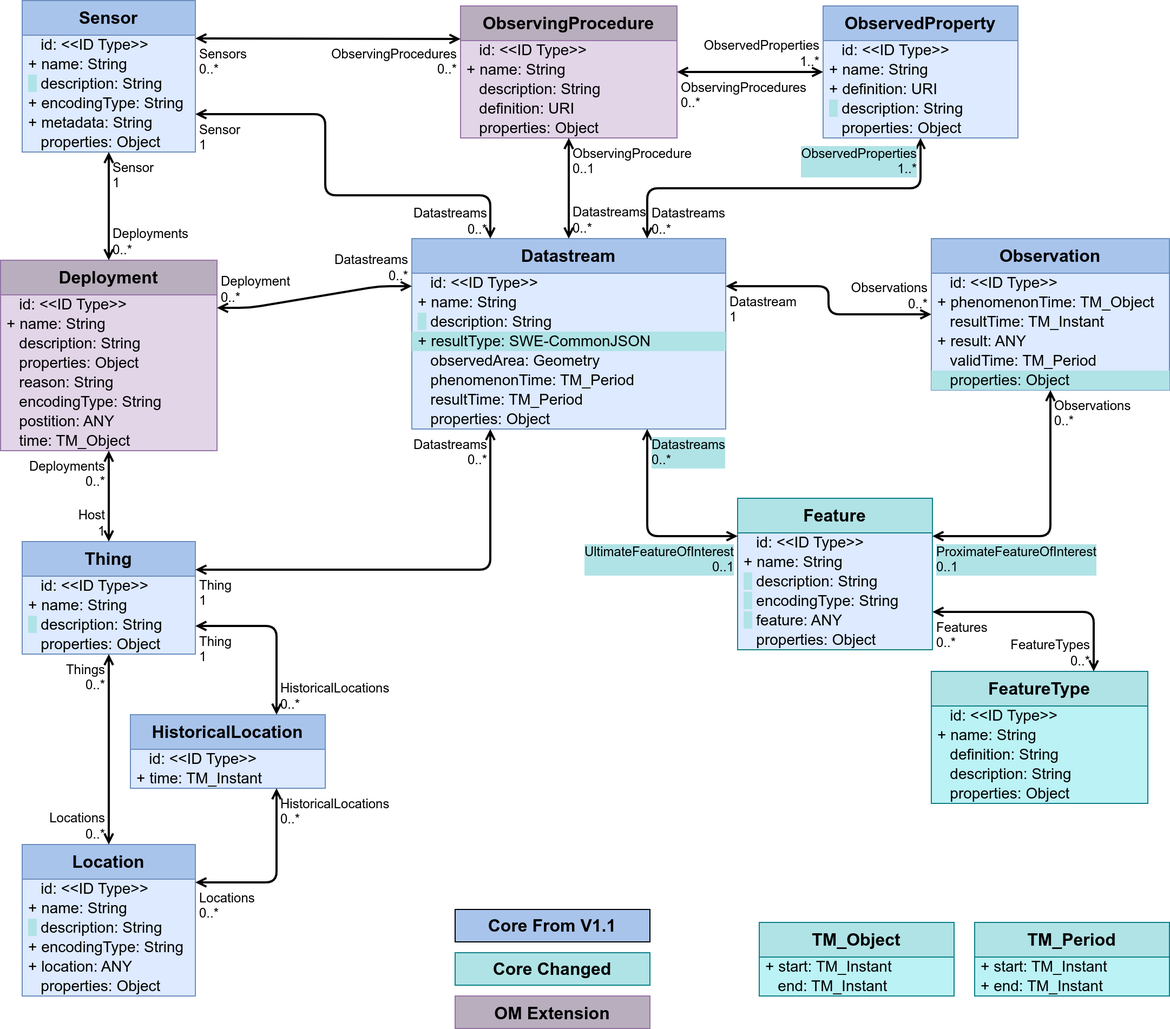
Above: figures/Datamodel-SensorThingsApi-V2-proposal-1-OM.drawio.png in opengeospatial/sensorthings (draw.io), before the change. Source tidied: cells renumbered, new cells last; positions are measured from the earlier drawing's top-left corner, leaving out a move shared by most shapes.
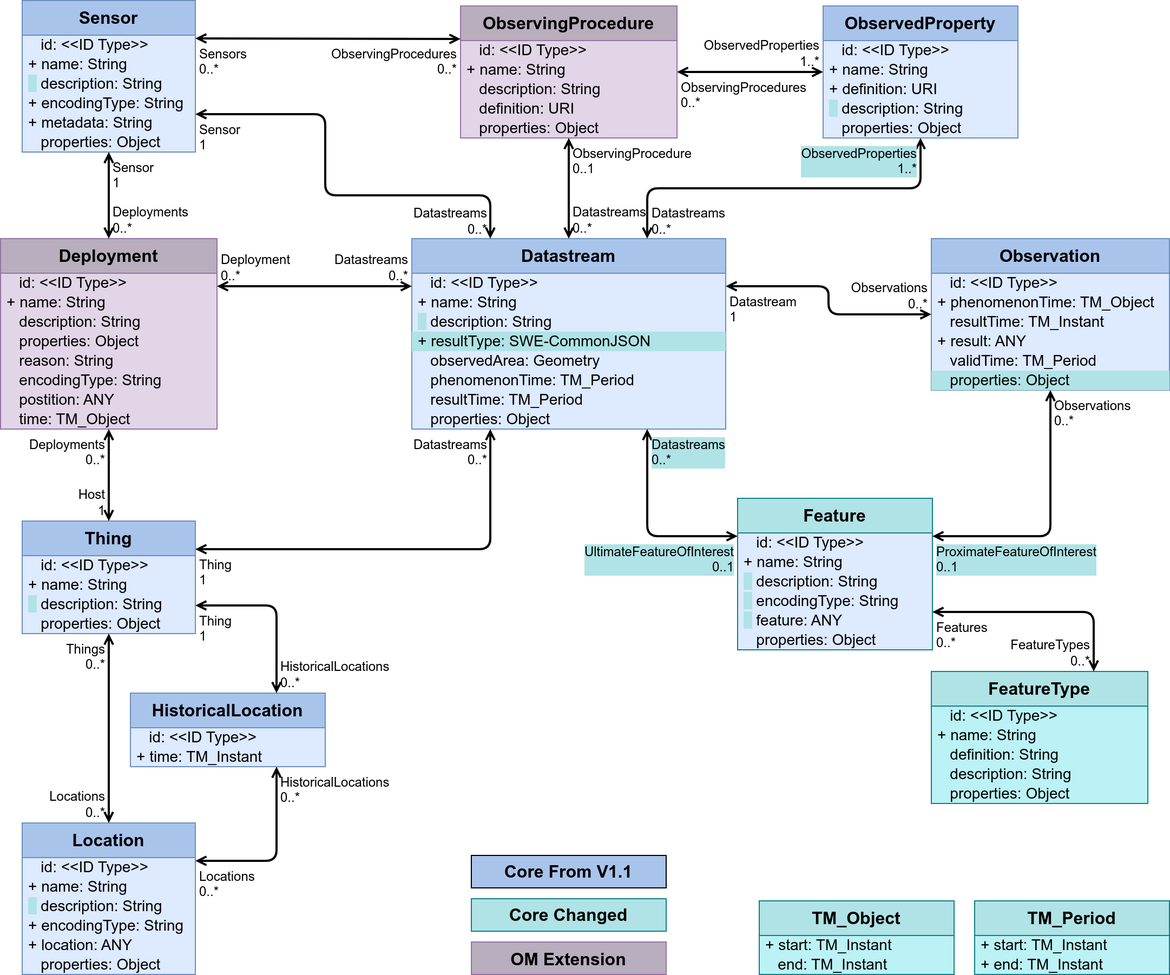
After the commit.

Diff of the diagram source:
```diff
@@ -30,7 +30,7 @@
       <mxGeometry y="158" width="290" height="18" as="geometry" />
     </mxCell>
     <mxCell id="11" value="Deployment" style="swimlane;fontStyle=1;horizontal=1;startSize=32;fontSize=16;whiteSpace=wrap;html=1;fillColor=#B8AEBD;strokeColor=#9673a6;swimlaneFillColor=#E1D5E7;verticalAlign=top;" parent="1" vertex="1">
-      <mxGeometry y="240" width="200" height="176" as="geometry" />
+      <mxGeometry y="220" width="200" height="176" as="geometry" />
     </mxCell>
     <mxCell id="12" value="&amp;nbsp;&amp;nbsp;&amp;nbsp;id: &amp;lt;&amp;lt;ID Type&amp;gt;&amp;gt;" style="text;strokeColor=none;fillColor=none;align=left;verticalAlign=middle;spacingLeft=4;spacingRight=4;overflow=visible;html=1;fontSize=14;" parent="11" vertex="1">
       <mxGeometry y="32" width="200" height="18" as="geometry" />
@@ -114,7 +114,7 @@
       <mxGeometry x="1" relative="1" as="geometry" />
     </mxCell>
     <mxCell id="39" value="HistoricalLocation" style="swimlane;fontStyle=1;horizontal=1;startSize=32;fontSize=16;whiteSpace=wrap;html=1;fillColor=#A9C4EB;strokeColor=#6c8ebf;swimlaneFillColor=#DDEAFF;verticalAlign=top;" parent="1" vertex="1">
-      <mxGeometry x="120" y="660" width="180" height="68" as="geometry" />
+      <mxGeometry x="120" y="640" width="180" height="68" as="geometry" />
     </mxCell>
     <mxCell id="40" value="&amp;nbsp;&amp;nbsp;&amp;nbsp;id: &amp;lt;&amp;lt;ID Type&amp;gt;&amp;gt;" style="text;strokeColor=none;fillColor=none;align=left;verticalAlign=middle;spacingLeft=4;spacingRight=4;overflow=visible;html=1;fontSize=14;" parent="39" vertex="1">
       <mxGeometry y="32" width="180" height="18" as="geometry" />
@@ -123,7 +123,7 @@
       <mxGeometry y="50" width="180" height="18" as="geometry" />
     </mxCell>
     <mxCell id="42" value="Location" style="swimlane;fontStyle=1;horizontal=1;startSize=32;fontSize=16;whiteSpace=wrap;html=1;fillColor=#A9C4EB;strokeColor=#6c8ebf;swimlaneFillColor=#DDEAFF;verticalAlign=top;" parent="1" vertex="1">
-      <mxGeometry x="20" y="780" width="160" height="140" as="geometry" />
+      <mxGeometry x="20" y="760" width="160" height="140" as="geometry" />
     </mxCell>
     <mxCell id="43" value="&amp;nbsp;&amp;nbsp;&amp;nbsp;id: &amp;lt;&amp;lt;ID Type&amp;gt;&amp;gt;" style="text;strokeColor=none;fillColor=none;align=left;verticalAlign=middle;spacingLeft=4;spacingRight=4;overflow=visible;html=1;fontSize=14;" parent="42" vertex="1">
       <mxGeometry y="32" width="160" height="18" as="geometry" />
@@ -300,7 +300,7 @@
       <mxGeometry x="1" relative="1" as="geometry" />
     </mxCell>
     <mxCell id="99" value="Thing" style="swimlane;fontStyle=1;horizontal=1;startSize=32;fontSize=16;whiteSpace=wrap;html=1;fillColor=#A9C4EB;strokeColor=#6c8ebf;swimlaneFillColor=#DDEAFF;verticalAlign=top;" parent="1" vertex="1">
-      <mxGeometry x="20" y="500" width="160" height="104" as="geometry" />
+      <mxGeometry x="20" y="481" width="160" height="104" as="geometry" />
     </mxCell>
     <mxCell id="100" value="&amp;nbsp;&amp;nbsp;&amp;nbsp;id: &amp;lt;&amp;lt;ID Type&amp;gt;&amp;gt;" style="text;strokeColor=none;fillColor=none;align=left;verticalAlign=middle;spacingLeft=4;spacingRight=4;overflow=visible;html=1;fontSize=14;" parent="99" vertex="1">
       <mxGeometry y="32" width="160" height="18" as="geometry" />
@@ -351,7 +351,7 @@
       <mxGeometry x="1" relative="1" as="geometry" />
     </mxCell>
     <mxCell id="116" value="TM_Period" style="swimlane;fontStyle=1;horizontal=1;startSize=32;fontSize=16;whiteSpace=wrap;html=1;fillColor=#b0e3e6;strokeColor=#0e8088;swimlaneFillColor=#BBF2F5;verticalAlign=top;" parent="1" vertex="1">
-      <mxGeometry x="900" y="852" width="180" height="68" as="geometry" />
+      <mxGeometry x="900" y="832" width="180" height="68" as="geometry" />
     </mxCell>
     <mxCell id="117" value="+ start: TM_Instant" style="text;strokeColor=none;fillColor=none;align=left;verticalAlign=middle;spacingLeft=4;spacingRight=4;overflow=visible;html=1;fontSize=14;" parent="116" vertex="1">
       <mxGeometry y="32" width="180" height="18" as="geometry" />
@@ -360,7 +360,7 @@
       <mxGeometry y="50" width="180" height="18" as="geometry" />
     </mxCell>
     <mxCell id="119" value="TM_Object" style="swimlane;fontStyle=1;horizontal=1;startSize=32;fontSize=16;whiteSpace=wrap;html=1;fillColor=#b0e3e6;strokeColor=#0e8088;swimlaneFillColor=#BBF2F5;verticalAlign=top;" parent="1" vertex="1">
-      <mxGeometry x="701" y="852" width="180" height="68" as="geometry" />
+      <mxGeometry x="701" y="832" width="180" height="68" as="geometry" />
     </mxCell>
     <mxCell id="120" value="+ start: TM_Instant" style="text;strokeColor=none;fillColor=none;align=left;verticalAlign=middle;spacingLeft=4;spacingRight=4;overflow=visible;html=1;fontSize=14;" parent="119" vertex="1">
       <mxGeometry y="32" width="180" height="18" as="geometry" />
@@ -368,7 +368,7 @@
     <mxCell id="121" value="&amp;nbsp;&amp;nbsp;&amp;nbsp;end: TM_Instant" style="text;strokeColor=none;fillColor=none;align=left;verticalAlign=middle;spacingLeft=4;spacingRight=4;overflow=visible;html=1;fontSize=14;" parent="119" vertex="1">
       <mxGeometry y="50" width="180" height="18" as="geometry" />
     </mxCell>
-    <mxCell id="122" style="endArrow=open;startArrow=open;html=1;rounded=1;exitX=1;exitY=0.25;exitDx=0;exitDy=0;entryX=0;entryY=0.25;entryDx=0;entryDy=0;edgeStyle=entityRelationEdgeStyle;strokeWidth=2;curved=0;startFill=0;endFill=0;" parent="1" edge="1" source="11" target="2">
+    <mxCell id="122" style="endArrow=open;startArrow=open;html=1;rounded=1;exitX=1;exitY=0.25;exitDx=0;exitDy=0;entryX=0;entryY=0.25;entryDx=0;entryDy=0;edgeStyle=orthogonalEdgeStyle;strokeWidth=2;startFill=0;endFill=0;" parent="1" edge="1" source="11" target="2">
       <mxGeometry relative="1" as="geometry" />
     </mxCell>
     <mxCell id="123" value="Deployment&lt;br&gt;0..*" style="edgeLabel;html=1;align=left;verticalAlign=bottom;labelBackgroundColor=none;fontSize=12;spacingLeft=1;spacing=3;spacingRight=2;" parent="122" vertex="1">
@@ -378,10 +378,10 @@
       <mxGeometry x="1" relative="1" as="geometry" />
     </mxCell>
     <mxCell id="125" value="Core Changed" style="rounded=0;whiteSpace=wrap;html=1;labelBackgroundColor=none;fillColor=#b0e3e6;strokeColor=#0e8088;fontStyle=1;fontSize=16;" parent="1" vertex="1">
-      <mxGeometry x="420" y="880" width="180" height="30" as="geometry" />
+      <mxGeometry x="435" y="830" width="180" height="30" as="geometry" />
     </mxCell>
     <mxCell id="126" value="Core From V1.1" style="rounded=0;whiteSpace=wrap;html=1;labelBackgroundColor=none;fillColor=#A9C4EB;strokeColor=default;fontStyle=1;fontSize=16;" parent="1" vertex="1">
-      <mxGeometry x="420" y="840" width="180" height="30" as="geometry" />
+      <mxGeometry x="435" y="790" width="180" height="30" as="geometry" />
     </mxCell>
     <mxCell id="127" style="endArrow=open;startArrow=open;html=1;rounded=1;edgeStyle=orthogonalEdgeStyle;entryX=1;entryY=0.5;entryDx=0;entryDy=0;exitX=0;exitY=0.5;exitDx=0;exitDy=0;strokeWidth=2;curved=0;startFill=0;endFill=0;" parent="1" edge="1" source="65" target="74">
       <mxGeometry relative="1" as="geometry" />
@@ -393,7 +393,7 @@
       <mxGeometry x="1" relative="1" as="geometry" />
     </mxCell>
     <mxCell id="130" value="OM Extension" style="rounded=0;whiteSpace=wrap;html=1;labelBackgroundColor=none;fillColor=#B8AEBD;strokeColor=#9673a6;fontStyle=1;fontSize=16;verticalAlign=top;startSize=32;swimlaneFillColor=#E1D5E7;" parent="1" vertex="1">
-      <mxGeometry x="420" y="920" width="180" height="30" as="geometry" />
+      <mxGeometry x="435" y="870" width="180" height="30" as="geometry" />
     </mxCell>
   </root>
 </mxGraphModel>
```
